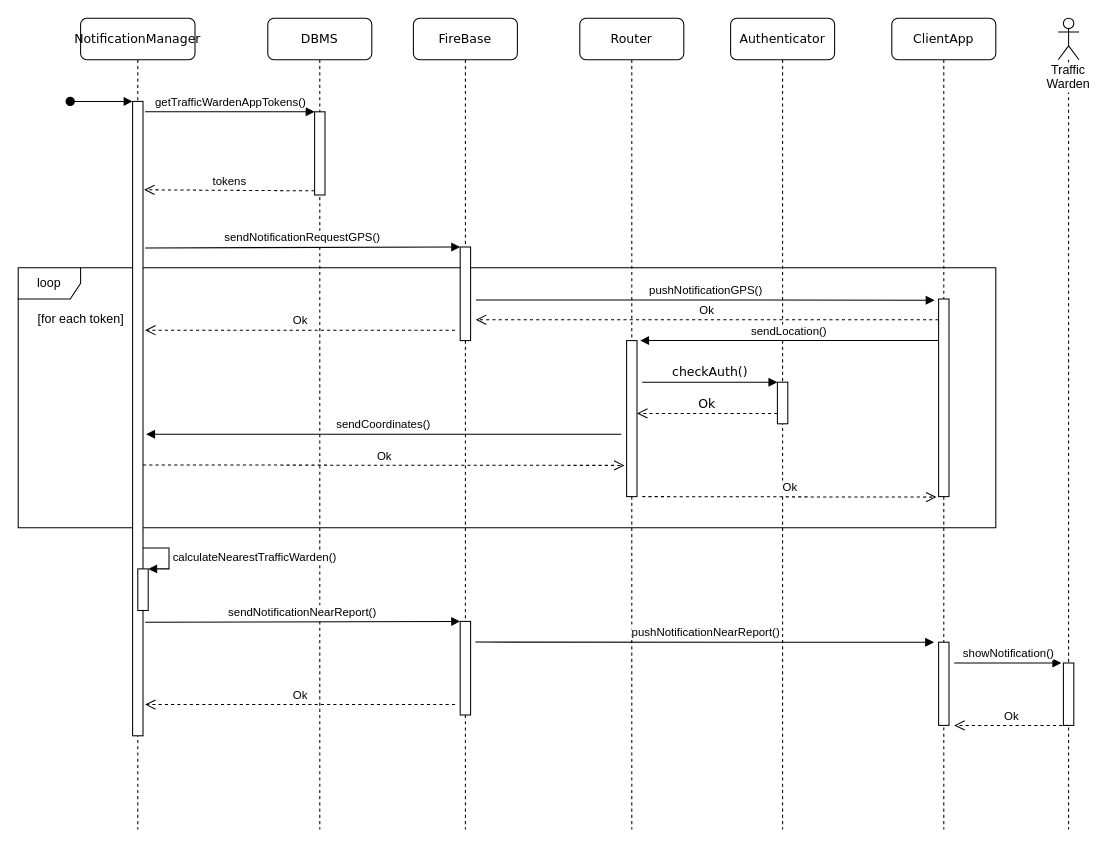
Before: DD/diagrams/notification-sequence.drawio in f3d0ss/CazzolaDotti-se2, a draw.io diagram. Source tidied: cells renumbered, new cells numbered last; positions are measured from the earlier drawing's top-left corner, leaving out a move shared by most shapes. Both pictures are drawn from the tidied source at 104%, with x=0, y=0 at pixel (18, 18).
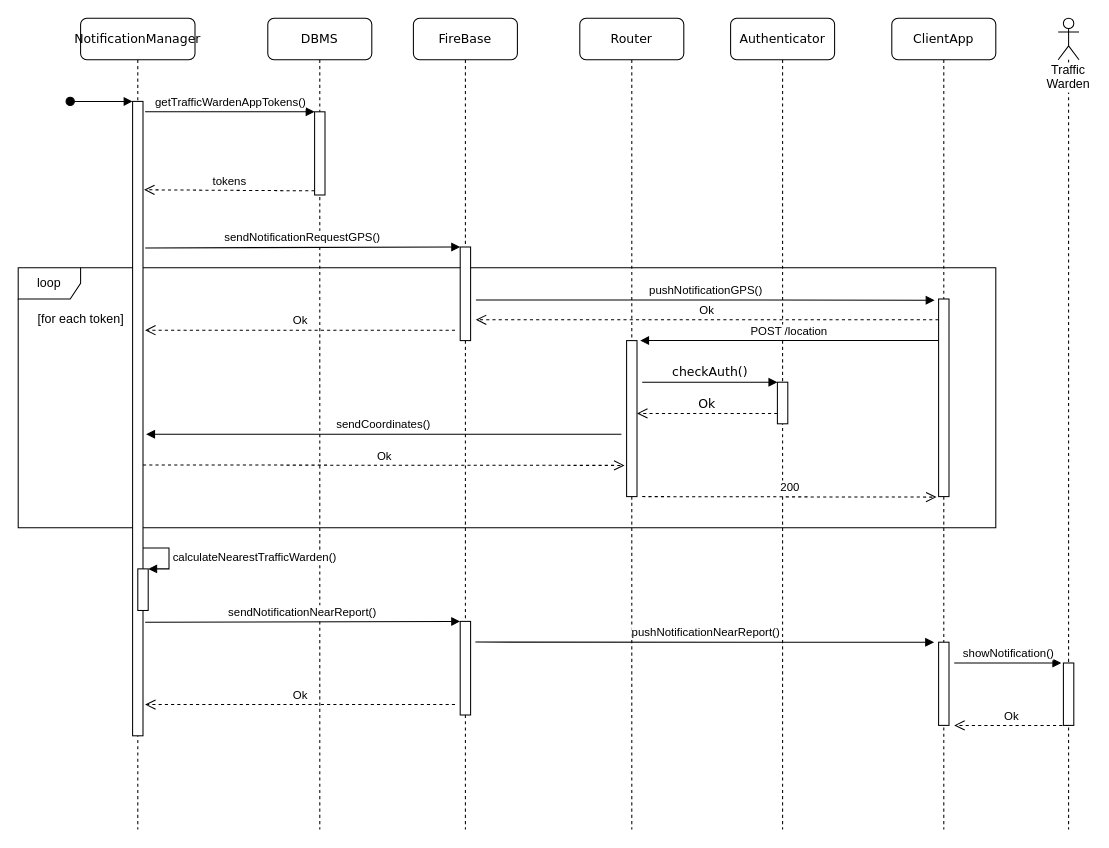
Above is the later version.

Unchanged cells that the change refers to:
```xml
<mxCell id="16" style="html=1;points=[];perimeter=orthogonalPerimeter;" parent="15" vertex="1">
  <mxGeometry x="45" y="270" width="10" height="190" as="geometry" />
</mxCell>
<mxCell id="19" style="html=1;points=[];perimeter=orthogonalPerimeter;" parent="18" vertex="1">
  <mxGeometry x="45" y="310" width="10" height="150" as="geometry" />
</mxCell>
```

Diff of the diagram source:
```diff
@@
-    <mxCell id="30" value="sendLocation()" style="html=1;verticalAlign=bottom;endArrow=block;entryX=1.3;entryY=0;entryDx=0;entryDy=0;entryPerimeter=0;" parent="1" edge="1" source="16" target="19">
+    <mxCell id="30" value="POST /location" style="html=1;verticalAlign=bottom;endArrow=block;entryX=1.3;entryY=0;entryDx=0;entryDy=0;entryPerimeter=0;" parent="1" edge="1" source="16" target="19">
       <mxGeometry relative="1" as="geometry" />
     </mxCell>
@@
-    <mxCell id="33" value="Ok" style="html=1;verticalAlign=bottom;endArrow=open;dashed=1;endSize=8;" parent="1" edge="1">
+    <mxCell id="33" value="200" style="html=1;verticalAlign=bottom;endArrow=open;dashed=1;endSize=8;" parent="1" edge="1">
       <mxGeometry relative="1" as="geometry">
         <mxPoint x="600" y="460" as="sourcePoint" />
         <mxPoint x="883" y="460.5" as="targetPoint" />
       </mxGeometry>
     </mxCell>
```
